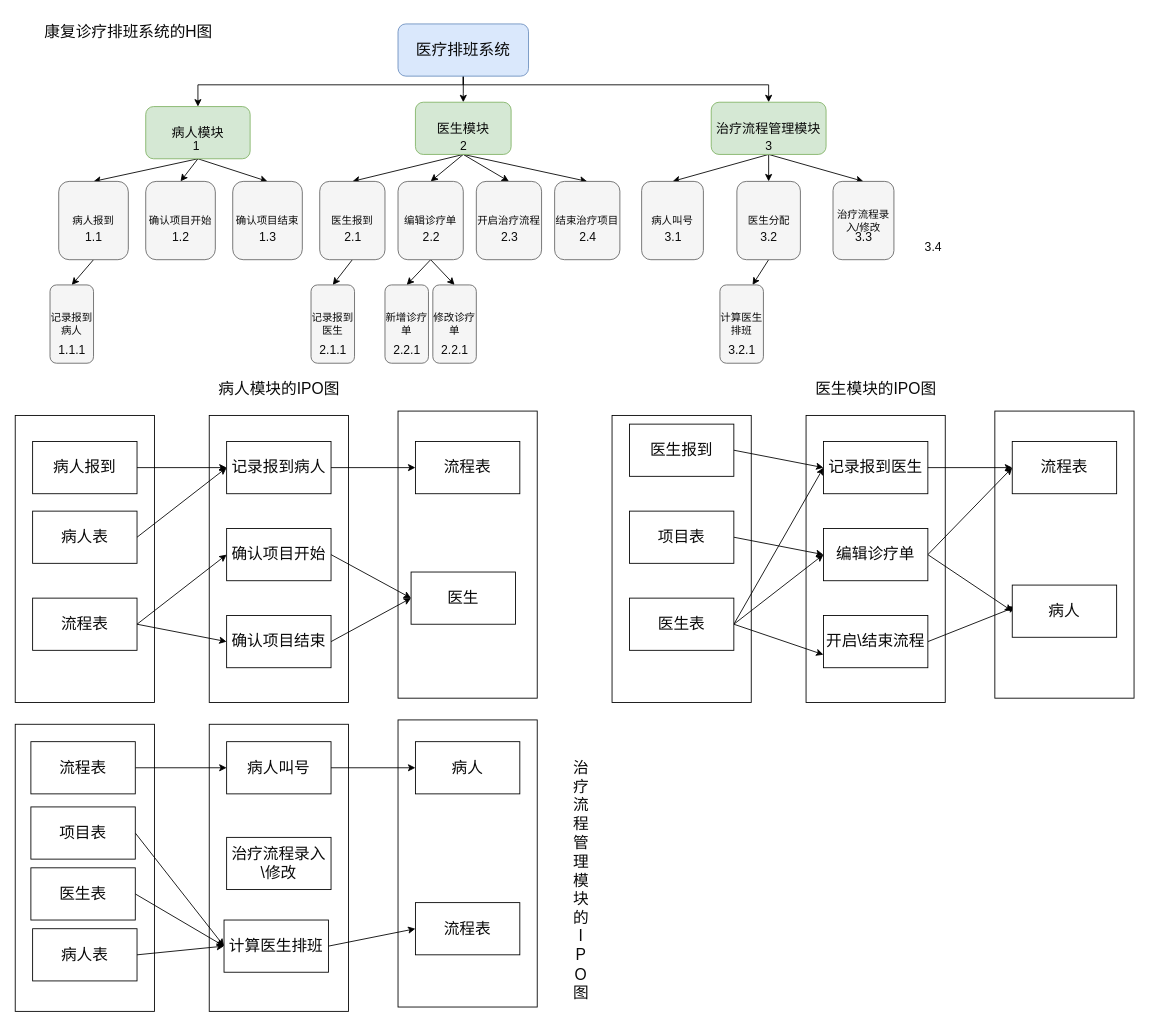
Above: HIPO图.drawio in Blouse-Quin/Time-Allocation-Platform (draw.io), before the change. Source tidied: cells renumbered, new cells numbered last; positions are measured from the earlier drawing's top-left corner, leaving out a move shared by most shapes. Both pictures are drawn from the tidied source at 87%, with x=0, y=0 at pixel (15, 15).
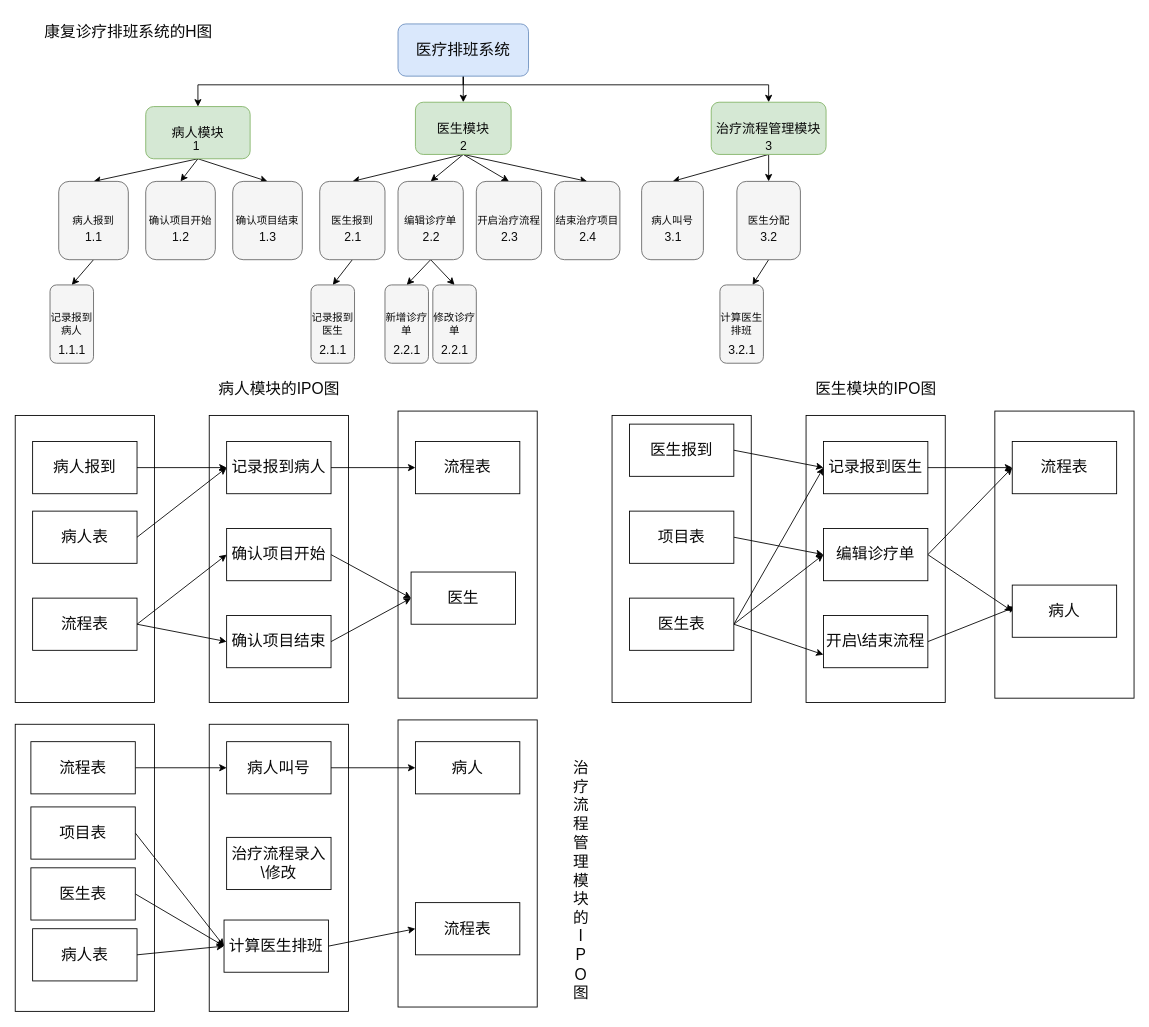
The same page after the edit.

Unchanged cells that the change refers to:
```xml
<mxCell id="21" value="&lt;span style=&quot;font-size: 15px;&quot;&gt;治疗流程管理模块&lt;/span&gt;" style="rounded=1;whiteSpace=wrap;html=1;fillColor=#d5e8d4;strokeColor=#82b366;direction=south;fontColor=#0a0a0a;" parent="1" vertex="1">
  <mxGeometry x="800" y="100" width="132" height="60" as="geometry" />
</mxCell>
```

The edit, as a diff of the source:
```diff
@@
-    <mxCell id="20" style="edgeStyle=none;html=1;exitX=1;exitY=0.5;exitDx=0;exitDy=0;entryX=0.5;entryY=0;entryDx=0;entryDy=0;fontColor=#0a0a0a;" parent="1" edge="1" source="21" target="30">
-      <mxGeometry relative="1" as="geometry" />
-    </mxCell>
@@
-    <mxCell id="30" value="治疗流程录入/修改" style="rounded=1;whiteSpace=wrap;html=1;fontColor=#0a0a0a;rotation=0;fillColor=#f5f5f5;strokeColor=#666666;" parent="1" vertex="1">
-      <mxGeometry x="940" y="191" width="70" height="90" as="geometry" />
-    </mxCell>
@@
-    <mxCell id="44" value="&lt;font style=&quot;font-size: 14px;&quot;&gt;3.3&lt;/font&gt;" style="text;html=1;align=center;verticalAlign=middle;strokeColor=none;fillColor=none;fontSize=14;fontColor=#0a0a0a;" parent="1" vertex="1">
-      <mxGeometry x="955" y="240" width="40" height="30" as="geometry" />
-    </mxCell>
-    <mxCell id="45" value="&lt;font style=&quot;font-size: 14px;&quot;&gt;3.4&lt;/font&gt;" style="text;html=1;align=center;verticalAlign=middle;strokeColor=none;fillColor=none;fontSize=14;fontColor=#0a0a0a;" parent="1" vertex="1">
-      <mxGeometry x="1035" y="251" width="40" height="30" as="geometry" />
-    </mxCell>
```
